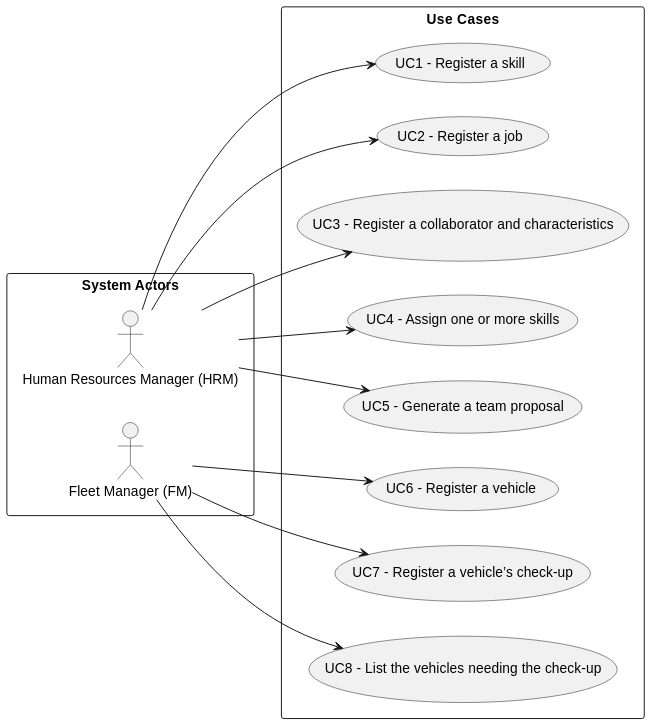
Earlier version of the PlantUML export docs/sprintC/global-artifacts/01.requirements-engineering/svg/use-case-diagram.svg (RicardoMorim/lapr2-ISEP-Project).
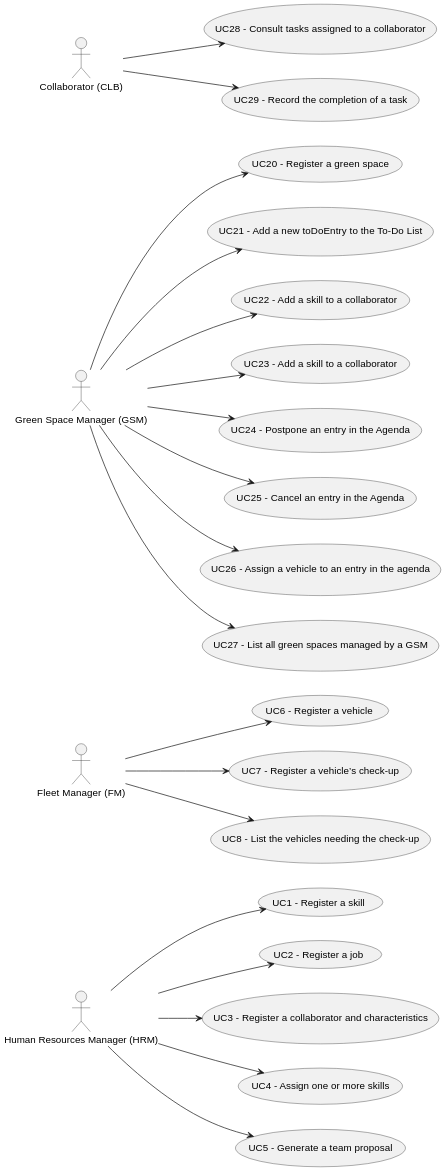
After the commit.

Commit message:
updated the use case diagram

The edit, as a diff of the source:
```diff
@@ -1,12 +1,12 @@
 @startuml
 skinparam packageStyle rectangle
 left to right direction
-rectangle "System Actors" as actors{
     actor "Human Resources Manager (HRM)" as HRM
     actor "Fleet Manager (FM)" as FM
+    actor "Green Space Manager (GSM)" as GSM
+    actor "Collaborator (CLB)" as CLB
 
-}
-rectangle "Use Cases" as usecases{
+
     usecase "UC1 - Register a skill" as UC1
     usecase "UC2 - Register a job" as UC2
     usecase "UC3 - Register a collaborator and characteristics" as UC3
@@ -15,6 +15,16 @@
     usecase "UC6 - Register a vehicle" as UC6
     usecase "UC7 - Register a vehicle’s check-up" as UC7
     usecase "UC8 - List the vehicles needing the check-up" as UC8
+    usecase "UC20 - Register a green space" as UC20
+    usecase "UC21 - Add a new toDoEntry to the To-Do List" as UC21
+    usecase "UC22 - Add a skill to a collaborator" as UC22
+    usecase "UC23 - Add a skill to a collaborator" as UC23
+    usecase "UC24 - Postpone an entry in the Agenda" as UC24
+    usecase "UC25 - Cancel an entry in the Agenda" as UC25
+    usecase "UC26 - Assign a vehicle to an entry in the agenda" as UC26
+    usecase "UC27 - List all green spaces managed by a GSM" as UC27
+    usecase "UC28 - Consult tasks assigned to a collaborator" as UC28
+    usecase "UC29 - Record the completion of a task" as UC29
     HRM --> UC1
     HRM --> UC2
     HRM --> UC3
@@ -23,5 +33,14 @@
     FM --> UC6
     FM --> UC7
     FM --> UC8
-}
+    GSM --> UC20
+    GSM --> UC21
+    GSM --> UC22
+    GSM --> UC23
+    GSM --> UC24
+    GSM --> UC25
+    GSM --> UC26
+    GSM --> UC27
+    CLB --> UC28
+    CLB --> UC29
 @enduml
```
